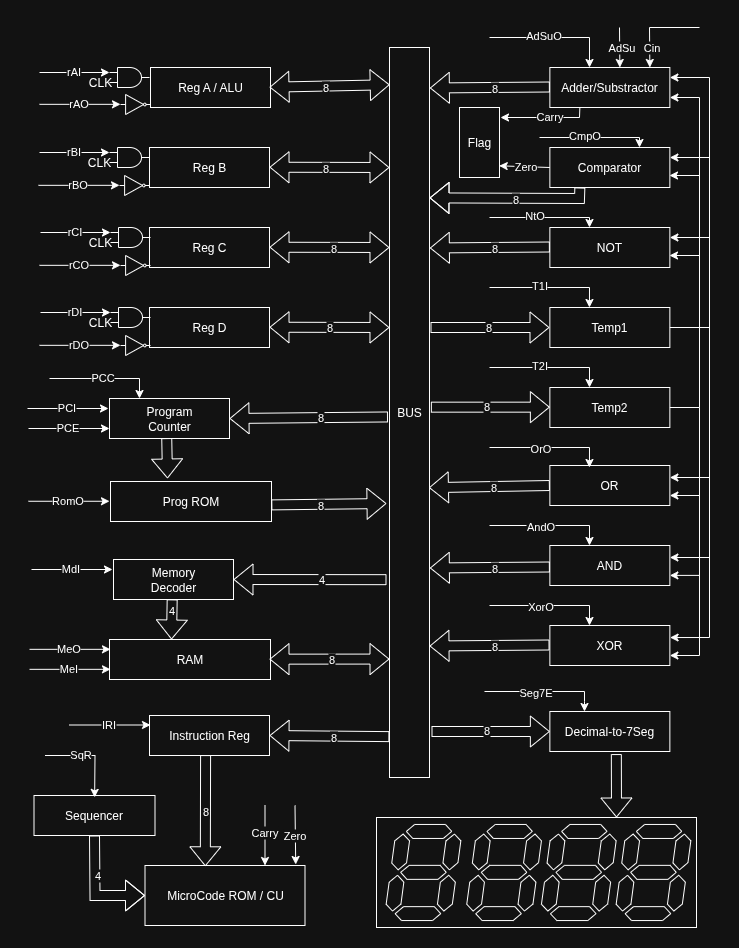
This is Images/top_level_architecture.png from arghyabi/Computer8Bit, a draw.io export, as it was before one commit. Source tidied: cells renumbered, new cells last; positions are measured from the earlier drawing's top-left corner, leaving out a move shared by most shapes.
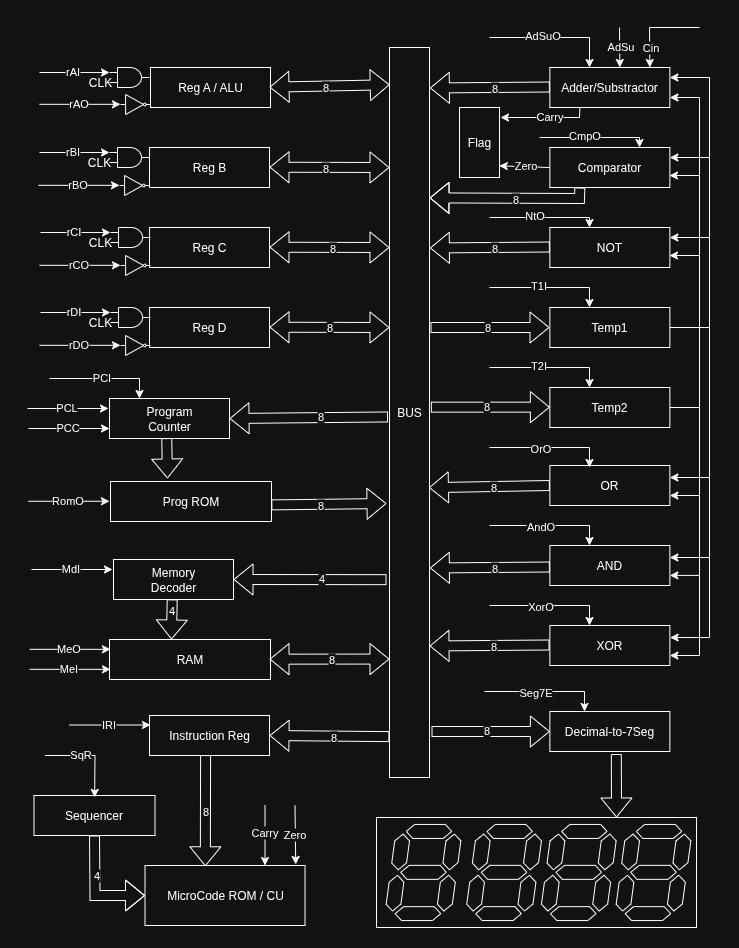
After the commit.

Diff of the diagram source:
```diff
@@ -203,7 +203,7 @@
         <mxPoint x="81" y="381" as="targetPoint" />
       </mxGeometry>
     </mxCell>
-    <mxCell id="54" value="PCI" style="edgeLabel;html=1;align=center;verticalAlign=middle;" parent="53" vertex="1">
+    <mxCell id="54" value="PCL" style="edgeLabel;html=1;align=center;verticalAlign=middle;" parent="53" vertex="1">
       <mxGeometry x="-0.05" y="1" relative="1" as="geometry" />
     </mxCell>
     <mxCell id="55" style="endArrow=classic;html=1;rounded=0;entryX=0;entryY=0.25;entryDx=0;entryDy=0;" parent="1" edge="1">
@@ -212,7 +212,7 @@
         <mxPoint x="82" y="401" as="targetPoint" />
       </mxGeometry>
     </mxCell>
-    <mxCell id="56" value="PCE" style="edgeLabel;html=1;align=center;verticalAlign=middle;" parent="55" vertex="1">
+    <mxCell id="56" value="PCC" style="edgeLabel;html=1;align=center;verticalAlign=middle;" parent="55" vertex="1">
       <mxGeometry x="-0.05" y="1" relative="1" as="geometry" />
     </mxCell>
     <mxCell id="57" style="endArrow=classic;html=1;rounded=0;entryX=0;entryY=0.25;entryDx=0;entryDy=0;" parent="1" edge="1">
@@ -511,7 +511,7 @@
         </Array>
       </mxGeometry>
     </mxCell>
-    <mxCell id="112" value="PCC" style="edgeLabel;html=1;align=center;verticalAlign=middle;" parent="111" vertex="1">
+    <mxCell id="112" value="PCI" style="edgeLabel;html=1;align=center;verticalAlign=middle;" parent="111" vertex="1">
       <mxGeometry x="-0.05" y="1" relative="1" as="geometry" />
     </mxCell>
     <mxCell id="113" style="shape=flexArrow;endArrow=classic;html=1;rounded=0;exitX=0.75;exitY=1;exitDx=0;exitDy=0;entryX=0.377;entryY=0.013;entryDx=0;entryDy=0;entryPerimeter=0;" parent="1" edge="1" target="26">
```
